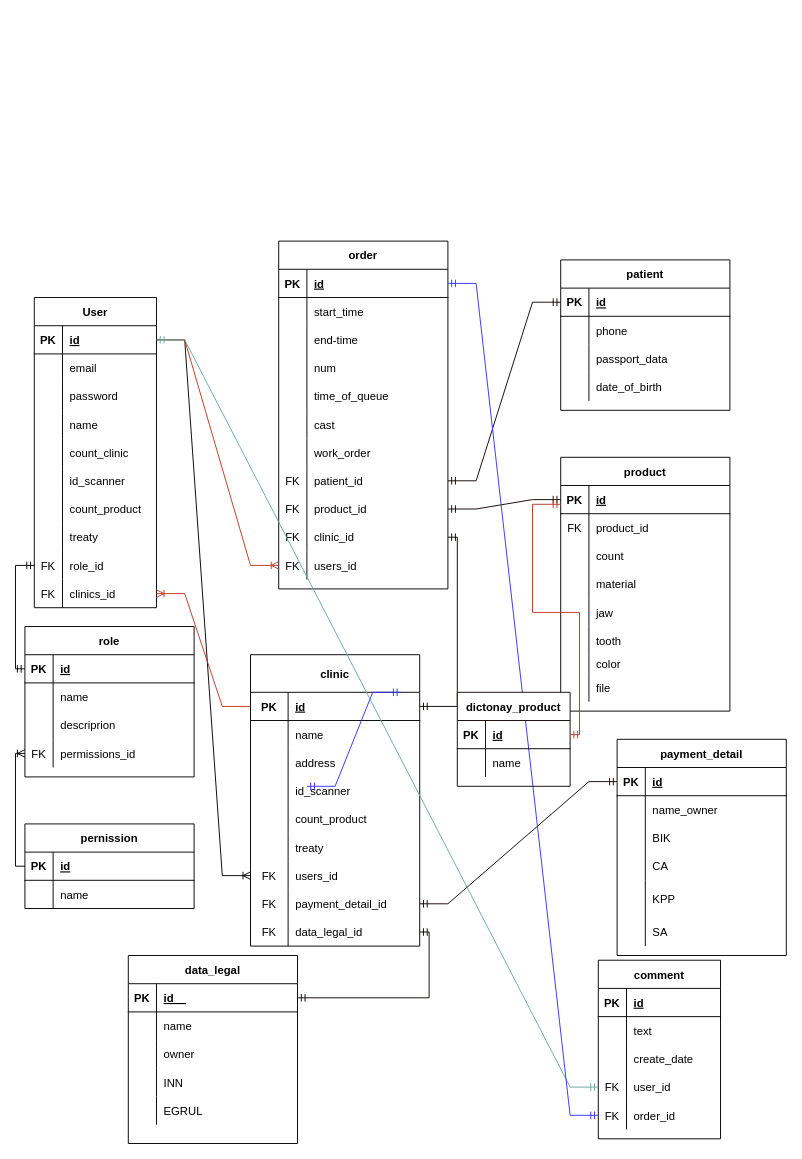
Before: Untitled Diagram.drawio in matveyakulov/TestTasks, a draw.io diagram. Source tidied: cells renumbered, new cells numbered last; positions are measured from the earlier drawing's top-left corner, leaving out a move shared by most shapes. Both pictures are drawn from the tidied source at 94%, with x=0, y=0 at pixel (24, 241).
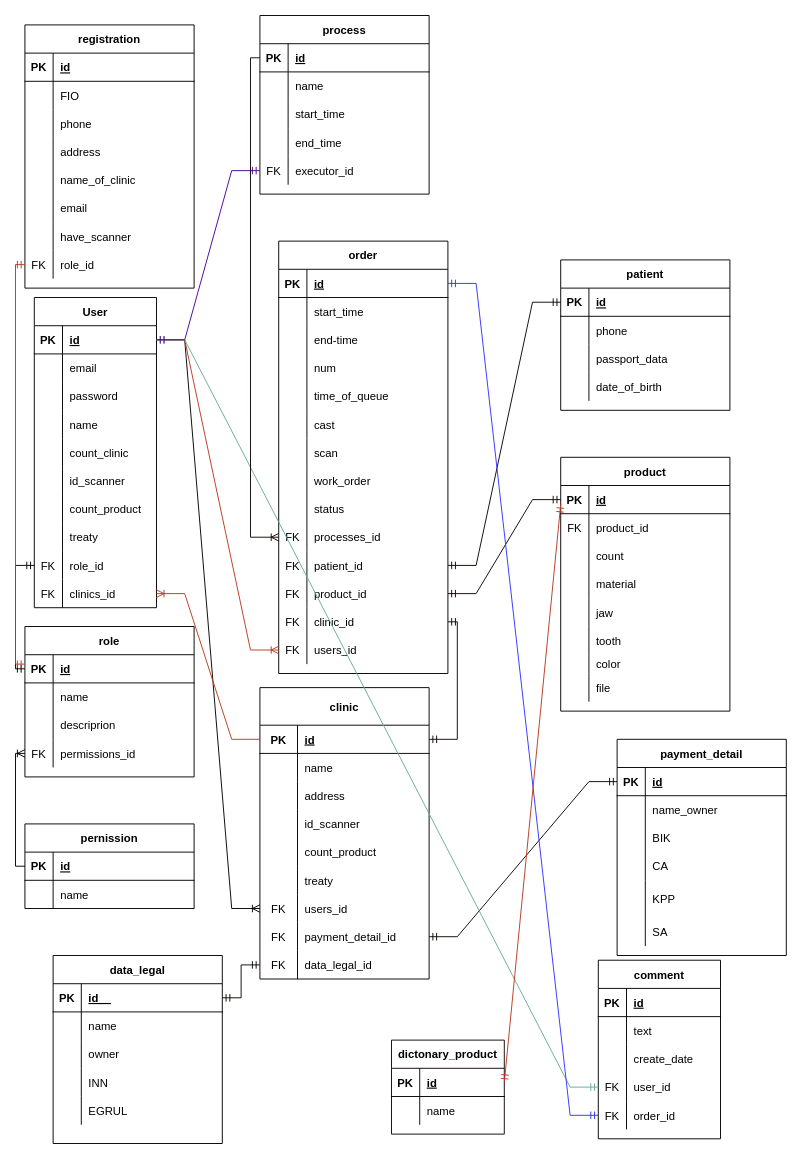
The same diagram, later.

Unchanged cells that the change refers to:
```xml
<mxCell id="3" style="shape=tableRow;horizontal=0;startSize=0;swimlaneHead=0;swimlaneBody=0;fillColor=none;points=[[0,0.5],[1,0.5]];portConstraint=eastwest;top=0;left=0;right=0;bottom=1;" parent="2" vertex="1">
  <mxGeometry y="30" width="130" height="30" as="geometry" />
</mxCell>
<mxCell id="33" value="role" style="shape=table;startSize=30;childLayout=tableLayout;rowLines=0;fontStyle=1;align=center;" parent="1" vertex="1">
  <mxGeometry y="410" width="180" height="160" as="geometry" />
</mxCell>
<mxCell id="79" style="shape=tableRow;horizontal=0;startSize=0;swimlaneHead=0;swimlaneBody=0;fillColor=none;points=[[0,0.5],[1,0.5]];portConstraint=eastwest;top=0;left=0;right=0;bottom=0;" parent="54" vertex="1">
  <mxGeometry y="280" width="180" height="30" as="geometry" />
</mxCell>
<mxCell id="105" style="shape=tableRow;horizontal=0;startSize=0;swimlaneHead=0;swimlaneBody=0;fillColor=none;points=[[0,0.5],[1,0.5]];portConstraint=eastwest;top=0;left=0;right=0;bottom=1;" parent="104" vertex="1">
  <mxGeometry y="30" width="180" height="30" as="geometry" />
</mxCell>
<mxCell id="217" style="shape=tableRow;horizontal=0;startSize=0;swimlaneHead=0;swimlaneBody=0;fillColor=none;points=[[0,0.5],[1,0.5]];portConstraint=eastwest;top=0;left=0;right=0;bottom=1;" parent="216" vertex="1">
  <mxGeometry y="30" width="120" height="30" as="geometry" />
</mxCell>
```

The edit, as a diff of the source:
```diff
@@
     <mxCell id="54" value="clinic" style="shape=table;startSize=40;childLayout=tableLayout;rowLines=0;fontStyle=1;align=center;" parent="1" vertex="1">
-      <mxGeometry x="240" y="440" width="180" height="310" as="geometry" />
+      <mxGeometry x="250" y="475" width="180" height="310" as="geometry" />
     </mxCell>
@@
     <mxCell id="104" value="data_legal" style="shape=table;startSize=30;childLayout=tableLayout;rowLines=0;fontStyle=1;align=center;" parent="1" vertex="1">
-      <mxGeometry x="110" y="760" width="180" height="200" as="geometry" />
+      <mxGeometry x="30" y="760" width="180" height="200" as="geometry" />
     </mxCell>
@@
-    <mxCell id="121" style="edgeStyle=orthogonalEdgeStyle;fontSize=12;html=1;endArrow=ERmandOne;startArrow=ERmandOne;rounded=0;strokeColor=#0F0503;exitX=1;exitY=0.5;exitDx=0;exitDy=0;entryX=1;entryY=0.5;entryDx=0;entryDy=0;" parent="1" edge="1" source="105" target="79">
+    <mxCell id="121" style="edgeStyle=orthogonalEdgeStyle;fontSize=12;html=1;endArrow=ERmandOne;startArrow=ERmandOne;rounded=0;strokeColor=#0F0503;exitX=1;exitY=0.5;exitDx=0;exitDy=0;entryX=0;entryY=0.5;entryDx=0;entryDy=0;" parent="1" edge="1" source="105" target="79">
       <mxGeometry relative="1" as="geometry" />
     </mxCell>
     <mxCell id="122" value="order" style="shape=table;startSize=30;childLayout=tableLayout;rowLines=0;fontStyle=1;align=center;" parent="1" vertex="1">
-      <mxGeometry x="270" width="180" height="370" as="geometry" />
+      <mxGeometry x="270" width="180" height="460" as="geometry" />
     </mxCell>
@@
+    <mxCell id="225" style="shape=tableRow;horizontal=0;startSize=0;swimlaneHead=0;swimlaneBody=0;fillColor=none;top=0;left=0;right=0;bottom=0;" parent="122" vertex="1">
+      <mxGeometry y="210" width="180" height="30" as="geometry" />
+    </mxCell>
+    <mxCell id="226" style="shape=partialRectangle;fillColor=none;top=0;left=0;bottom=0;right=0;overflow=hidden;" parent="225" vertex="1">
+      <mxGeometry width="30" height="30" as="geometry" />
+    </mxCell>
+    <mxCell id="227" value="scan" style="shape=partialRectangle;fillColor=none;top=0;left=0;bottom=0;right=0;align=left;spacingLeft=6;overflow=hidden;" parent="225" vertex="1">
+      <mxGeometry x="30" width="150" height="30" as="geometry" />
+    </mxCell>
     <mxCell id="141" style="shape=tableRow;horizontal=0;startSize=0;swimlaneHead=0;swimlaneBody=0;fillColor=none;top=0;left=0;right=0;bottom=0;" parent="122" vertex="1">
-      <mxGeometry y="210" width="180" height="30" as="geometry" />
+      <mxGeometry y="240" width="180" height="30" as="geometry" />
     </mxCell>
@@
+    <mxCell id="228" style="shape=tableRow;horizontal=0;startSize=0;swimlaneHead=0;swimlaneBody=0;fillColor=none;top=0;left=0;right=0;bottom=0;" parent="122" vertex="1">
+      <mxGeometry y="270" width="180" height="30" as="geometry" />
+    </mxCell>
+    <mxCell id="229" style="shape=partialRectangle;fillColor=none;top=0;left=0;bottom=0;right=0;overflow=hidden;" parent="228" vertex="1">
+      <mxGeometry width="30" height="30" as="geometry" />
+    </mxCell>
+    <mxCell id="230" value="status" style="shape=partialRectangle;fillColor=none;top=0;left=0;bottom=0;right=0;align=left;spacingLeft=6;overflow=hidden;" parent="228" vertex="1">
+      <mxGeometry x="30" width="150" height="30" as="geometry" />
+    </mxCell>
+    <mxCell id="231" style="shape=tableRow;horizontal=0;startSize=0;swimlaneHead=0;swimlaneBody=0;fillColor=none;points=[[0,0.5],[1,0.5]];portConstraint=eastwest;top=0;left=0;right=0;bottom=0;" parent="122" vertex="1">
+      <mxGeometry y="300" width="180" height="30" as="geometry" />
+    </mxCell>
+    <mxCell id="232" value="FK" style="shape=partialRectangle;fillColor=none;top=0;left=0;bottom=0;right=0;overflow=hidden;" parent="231" vertex="1">
+      <mxGeometry width="30" height="30" as="geometry" />
+    </mxCell>
+    <mxCell id="233" value="processes_id" style="shape=partialRectangle;fillColor=none;top=0;left=0;bottom=0;right=0;align=left;spacingLeft=6;overflow=hidden;" parent="231" vertex="1">
+      <mxGeometry x="30" width="150" height="30" as="geometry" />
+    </mxCell>
     <mxCell id="144" style="shape=tableRow;horizontal=0;startSize=0;swimlaneHead=0;swimlaneBody=0;fillColor=none;points=[[0,0.5],[1,0.5]];portConstraint=eastwest;top=0;left=0;right=0;bottom=0;" parent="122" vertex="1">
-      <mxGeometry y="240" width="180" height="30" as="geometry" />
+      <mxGeometry y="330" width="180" height="30" as="geometry" />
     </mxCell>
@@
     <mxCell id="147" style="shape=tableRow;horizontal=0;startSize=0;swimlaneHead=0;swimlaneBody=0;fillColor=none;points=[[0,0.5],[1,0.5]];portConstraint=eastwest;top=0;left=0;right=0;bottom=0;" parent="122" vertex="1">
-      <mxGeometry y="270" width="180" height="30" as="geometry" />
+      <mxGeometry y="360" width="180" height="30" as="geometry" />
     </mxCell>
@@
     <mxCell id="150" style="shape=tableRow;horizontal=0;startSize=0;swimlaneHead=0;swimlaneBody=0;fillColor=none;points=[[0,0.5],[1,0.5]];portConstraint=eastwest;top=0;left=0;right=0;bottom=0;" parent="122" vertex="1">
-      <mxGeometry y="300" width="180" height="30" as="geometry" />
+      <mxGeometry y="390" width="180" height="30" as="geometry" />
     </mxCell>
@@
     <mxCell id="153" style="shape=tableRow;horizontal=0;startSize=0;swimlaneHead=0;swimlaneBody=0;fillColor=none;points=[[0,0.5],[1,0.5]];portConstraint=eastwest;top=0;left=0;right=0;bottom=0;" parent="122" vertex="1">
-      <mxGeometry y="330" width="180" height="30" as="geometry" />
+      <mxGeometry y="420" width="180" height="30" as="geometry" />
     </mxCell>
@@
-    <mxCell id="216" value="dictonay_product" style="shape=table;startSize=30;childLayout=tableLayout;rowLines=0;fontStyle=1;align=center;strokeColor=#0F0503;" parent="1" vertex="1">
-      <mxGeometry x="460" y="480" width="120" height="100" as="geometry" />
+    <mxCell id="216" value="dictonary_product" style="shape=table;startSize=30;childLayout=tableLayout;rowLines=0;fontStyle=1;align=center;strokeColor=#0F0503;" parent="1" vertex="1">
+      <mxGeometry x="390" y="850" width="120" height="100" as="geometry" />
     </mxCell>
@@
-    <mxCell id="223" style="edgeStyle=entityRelationEdgeStyle;fontSize=12;html=1;endArrow=ERmandOne;startArrow=ERmandOne;rounded=0;strokeColor=#3333FF;" parent="1" edge="1">
-      <mxGeometry relative="1" as="geometry">
-        <mxPoint x="300" y="580" as="sourcePoint" />
-        <mxPoint x="400" y="480" as="targetPoint" />
-      </mxGeometry>
-    </mxCell>
-    <mxCell id="224" style="edgeStyle=orthogonalEdgeStyle;fontSize=12;html=1;endArrow=ERmandOne;startArrow=ERmandOne;rounded=0;strokeColor=#B83A21;exitX=1;exitY=0.5;exitDx=0;exitDy=0;" parent="1" edge="1" source="217">
+    <mxCell id="224" style="fontSize=12;html=1;endArrow=ERmandOne;startArrow=ERmandOne;rounded=0;strokeColor=#B83A21;exitX=1;exitY=0.5;exitDx=0;exitDy=0;" parent="1" edge="1" source="217">
       <mxGeometry relative="1" as="geometry">
         <mxPoint x="570" y="280" as="targetPoint" />
-        <Array as="points">
-          <mxPoint x="590" y="525" />
-          <mxPoint x="590" y="395" />
-          <mxPoint x="540" y="395" />
-          <mxPoint x="540" y="280" />
-        </Array>
       </mxGeometry>
     </mxCell>
+    <mxCell id="234" value="registration" style="shape=table;startSize=30;childLayout=tableLayout;rowLines=0;fontStyle=1;align=center;" parent="1" vertex="1">
+      <mxGeometry y="-230" width="180" height="280" as="geometry" />
+    </mxCell>
+    <mxCell id="235" style="shape=tableRow;horizontal=0;startSize=0;swimlaneHead=0;swimlaneBody=0;fillColor=none;top=0;left=0;right=0;bottom=1;" parent="234" vertex="1">
+      <mxGeometry y="30" width="180" height="30" as="geometry" />
+    </mxCell>
+    <mxCell id="236" value="PK" style="shape=partialRectangle;fillColor=none;top=0;left=0;bottom=0;right=0;fontStyle=1;overflow=hidden;" parent="235" vertex="1">
+      <mxGeometry width="30" height="30" as="geometry" />
+    </mxCell>
+    <mxCell id="237" value="id" style="shape=partialRectangle;fillColor=none;top=0;left=0;bottom=0;right=0;align=left;spacingLeft=6;fontStyle=5;overflow=hidden;" parent="235" vertex="1">
+      <mxGeometry x="30" width="150" height="30" as="geometry" />
+    </mxCell>
+    <mxCell id="238" style="shape=tableRow;horizontal=0;startSize=0;swimlaneHead=0;swimlaneBody=0;fillColor=none;top=0;left=0;right=0;bottom=0;" parent="234" vertex="1">
+      <mxGeometry y="60" width="180" height="30" as="geometry" />
+    </mxCell>
+    <mxCell id="239" style="shape=partialRectangle;fillColor=none;top=0;left=0;bottom=0;right=0;overflow=hidden;" parent="238" vertex="1">
+      <mxGeometry width="30" height="30" as="geometry" />
+    </mxCell>
+    <mxCell id="240" value="FIO" style="shape=partialRectangle;fillColor=none;top=0;left=0;bottom=0;right=0;align=left;spacingLeft=6;overflow=hidden;" parent="238" vertex="1">
+      <mxGeometry x="30" width="150" height="30" as="geometry" />
+    </mxCell>
+    <mxCell id="241" style="shape=tableRow;horizontal=0;startSize=0;swimlaneHead=0;swimlaneBody=0;fillColor=none;top=0;left=0;right=0;bottom=0;" parent="234" vertex="1">
+      <mxGeometry y="90" width="180" height="30" as="geometry" />
+    </mxCell>
+    <mxCell id="242" style="shape=partialRectangle;fillColor=none;top=0;left=0;bottom=0;right=0;overflow=hidden;" parent="241" vertex="1">
+      <mxGeometry width="30" height="30" as="geometry" />
+    </mxCell>
+    <mxCell id="243" value="phone" style="shape=partialRectangle;fillColor=none;top=0;left=0;bottom=0;right=0;align=left;spacingLeft=6;overflow=hidden;" parent="241" vertex="1">
+      <mxGeometry x="30" width="150" height="30" as="geometry" />
+    </mxCell>
+    <mxCell id="244" style="shape=tableRow;horizontal=0;startSize=0;swimlaneHead=0;swimlaneBody=0;fillColor=none;top=0;left=0;right=0;bottom=0;" parent="234" vertex="1">
+      <mxGeometry y="120" width="180" height="30" as="geometry" />
+    </mxCell>
+    <mxCell id="245" style="shape=partialRectangle;fillColor=none;top=0;left=0;bottom=0;right=0;overflow=hidden;" parent="244" vertex="1">
+      <mxGeometry width="30" height="30" as="geometry" />
+    </mxCell>
+    <mxCell id="246" value="address" style="shape=partialRectangle;fillColor=none;top=0;left=0;bottom=0;right=0;align=left;spacingLeft=6;overflow=hidden;" parent="244" vertex="1">
+      <mxGeometry x="30" width="150" height="30" as="geometry" />
+    </mxCell>
+    <mxCell id="247" style="shape=tableRow;horizontal=0;startSize=0;swimlaneHead=0;swimlaneBody=0;fillColor=none;top=0;left=0;right=0;bottom=0;" parent="234" vertex="1">
+      <mxGeometry y="150" width="180" height="30" as="geometry" />
+    </mxCell>
+    <mxCell id="248" style="shape=partialRectangle;fillColor=none;top=0;left=0;bottom=0;right=0;overflow=hidden;" parent="247" vertex="1">
+      <mxGeometry width="30" height="30" as="geometry" />
+    </mxCell>
+    <mxCell id="249" value="name_of_clinic" style="shape=partialRectangle;fillColor=none;top=0;left=0;bottom=0;right=0;align=left;spacingLeft=6;overflow=hidden;" parent="247" vertex="1">
+      <mxGeometry x="30" width="150" height="30" as="geometry" />
+    </mxCell>
+    <mxCell id="250" style="shape=tableRow;horizontal=0;startSize=0;swimlaneHead=0;swimlaneBody=0;fillColor=none;top=0;left=0;right=0;bottom=0;" parent="234" vertex="1">
+      <mxGeometry y="180" width="180" height="30" as="geometry" />
+    </mxCell>
+    <mxCell id="251" style="shape=partialRectangle;fillColor=none;top=0;left=0;bottom=0;right=0;overflow=hidden;" parent="250" vertex="1">
+      <mxGeometry width="30" height="30" as="geometry" />
+    </mxCell>
+    <mxCell id="252" value="email" style="shape=partialRectangle;fillColor=none;top=0;left=0;bottom=0;right=0;align=left;spacingLeft=6;overflow=hidden;" parent="250" vertex="1">
+      <mxGeometry x="30" width="150" height="30" as="geometry" />
+    </mxCell>
+    <mxCell id="253" style="shape=tableRow;horizontal=0;startSize=0;swimlaneHead=0;swimlaneBody=0;fillColor=none;top=0;left=0;right=0;bottom=0;" parent="234" vertex="1">
+      <mxGeometry y="210" width="180" height="30" as="geometry" />
+    </mxCell>
+    <mxCell id="254" style="shape=partialRectangle;fillColor=none;top=0;left=0;bottom=0;right=0;overflow=hidden;" parent="253" vertex="1">
+      <mxGeometry width="30" height="30" as="geometry" />
+    </mxCell>
+    <mxCell id="255" value="have_scanner" style="shape=partialRectangle;fillColor=none;top=0;left=0;bottom=0;right=0;align=left;spacingLeft=6;overflow=hidden;" parent="253" vertex="1">
+      <mxGeometry x="30" width="150" height="30" as="geometry" />
+    </mxCell>
+    <mxCell id="256" style="shape=tableRow;horizontal=0;startSize=0;swimlaneHead=0;swimlaneBody=0;fillColor=none;points=[[0,0.5],[1,0.5]];portConstraint=eastwest;top=0;left=0;right=0;bottom=0;" parent="234" vertex="1">
+      <mxGeometry y="240" width="180" height="30" as="geometry" />
+    </mxCell>
+    <mxCell id="257" value="FK" style="shape=partialRectangle;fillColor=none;top=0;left=0;bottom=0;right=0;overflow=hidden;" parent="256" vertex="1">
+      <mxGeometry width="30" height="30" as="geometry" />
+    </mxCell>
+    <mxCell id="258" value="role_id" style="shape=partialRectangle;fillColor=none;top=0;left=0;bottom=0;right=0;align=left;spacingLeft=6;overflow=hidden;" parent="256" vertex="1">
+      <mxGeometry x="30" width="150" height="30" as="geometry" />
+    </mxCell>
+    <mxCell id="259" style="edgeStyle=orthogonalEdgeStyle;fontSize=12;html=1;endArrow=ERmandOne;startArrow=ERmandOne;rounded=0;exitX=0;exitY=0.5;exitDx=0;exitDy=0;entryX=0;entryY=0.25;entryDx=0;entryDy=0;strokeColor=#B83A21;" parent="1" edge="1" source="256" target="33">
+      <mxGeometry relative="1" as="geometry" />
+    </mxCell>
+    <mxCell id="260" value="process" style="shape=table;startSize=30;childLayout=tableLayout;rowLines=0;fontStyle=1;align=center;" parent="1" vertex="1">
+      <mxGeometry x="250" y="-240" width="180" height="190" as="geometry" />
+    </mxCell>
+    <mxCell id="261" style="shape=tableRow;horizontal=0;startSize=0;swimlaneHead=0;swimlaneBody=0;fillColor=none;points=[[0,0.5],[1,0.5]];portConstraint=eastwest;top=0;left=0;right=0;bottom=1;" parent="260" vertex="1">
+      <mxGeometry y="30" width="180" height="30" as="geometry" />
+    </mxCell>
+    <mxCell id="262" value="PK" style="shape=partialRectangle;fillColor=none;top=0;left=0;bottom=0;right=0;fontStyle=1;overflow=hidden;" parent="261" vertex="1">
+      <mxGeometry width="30" height="30" as="geometry" />
+    </mxCell>
+    <mxCell id="263" value="id" style="shape=partialRectangle;fillColor=none;top=0;left=0;bottom=0;right=0;align=left;spacingLeft=6;fontStyle=5;overflow=hidden;" parent="261" vertex="1">
+      <mxGeometry x="30" width="150" height="30" as="geometry" />
+    </mxCell>
+    <mxCell id="264" style="shape=tableRow;horizontal=0;startSize=0;swimlaneHead=0;swimlaneBody=0;fillColor=none;top=0;left=0;right=0;bottom=0;" parent="260" vertex="1">
+      <mxGeometry y="60" width="180" height="30" as="geometry" />
+    </mxCell>
+    <mxCell id="265" style="shape=partialRectangle;fillColor=none;top=0;left=0;bottom=0;right=0;overflow=hidden;" parent="264" vertex="1">
+      <mxGeometry width="30" height="30" as="geometry" />
+    </mxCell>
+    <mxCell id="266" value="name" style="shape=partialRectangle;fillColor=none;top=0;left=0;bottom=0;right=0;align=left;spacingLeft=6;overflow=hidden;" parent="264" vertex="1">
+      <mxGeometry x="30" width="150" height="30" as="geometry" />
+    </mxCell>
+    <mxCell id="267" style="shape=tableRow;horizontal=0;startSize=0;swimlaneHead=0;swimlaneBody=0;fillColor=none;top=0;left=0;right=0;bottom=0;" parent="260" vertex="1">
+      <mxGeometry y="90" width="180" height="30" as="geometry" />
+    </mxCell>
+    <mxCell id="268" style="shape=partialRectangle;fillColor=none;top=0;left=0;bottom=0;right=0;overflow=hidden;" parent="267" vertex="1">
+      <mxGeometry width="30" height="30" as="geometry" />
+    </mxCell>
+    <mxCell id="269" value="start_time" style="shape=partialRectangle;fillColor=none;top=0;left=0;bottom=0;right=0;align=left;spacingLeft=6;overflow=hidden;" parent="267" vertex="1">
+      <mxGeometry x="30" width="150" height="30" as="geometry" />
+    </mxCell>
+    <mxCell id="270" style="shape=tableRow;horizontal=0;startSize=0;swimlaneHead=0;swimlaneBody=0;fillColor=none;top=0;left=0;right=0;bottom=0;" parent="260" vertex="1">
+      <mxGeometry y="120" width="180" height="30" as="geometry" />
+    </mxCell>
+    <mxCell id="271" style="shape=partialRectangle;fillColor=none;top=0;left=0;bottom=0;right=0;overflow=hidden;" parent="270" vertex="1">
+      <mxGeometry width="30" height="30" as="geometry" />
+    </mxCell>
+    <mxCell id="272" value="end_time" style="shape=partialRectangle;fillColor=none;top=0;left=0;bottom=0;right=0;align=left;spacingLeft=6;overflow=hidden;" parent="270" vertex="1">
+      <mxGeometry x="30" width="150" height="30" as="geometry" />
+    </mxCell>
+    <mxCell id="273" style="shape=tableRow;horizontal=0;startSize=0;swimlaneHead=0;swimlaneBody=0;fillColor=none;points=[[0,0.5],[1,0.5]];portConstraint=eastwest;top=0;left=0;right=0;bottom=0;" parent="260" vertex="1">
+      <mxGeometry y="150" width="180" height="30" as="geometry" />
+    </mxCell>
+    <mxCell id="274" value="FK" style="shape=partialRectangle;fillColor=none;top=0;left=0;bottom=0;right=0;overflow=hidden;" parent="273" vertex="1">
+      <mxGeometry width="30" height="30" as="geometry" />
+    </mxCell>
+    <mxCell id="275" value="executor_id" style="shape=partialRectangle;fillColor=none;top=0;left=0;bottom=0;right=0;align=left;spacingLeft=6;overflow=hidden;" parent="273" vertex="1">
+      <mxGeometry x="30" width="150" height="30" as="geometry" />
+    </mxCell>
+    <mxCell id="276" style="edgeStyle=entityRelationEdgeStyle;fontSize=12;html=1;endArrow=ERmandOne;startArrow=ERmandOne;rounded=0;strokeColor=#4C0099;exitX=1;exitY=0.5;exitDx=0;exitDy=0;entryX=0;entryY=0.5;entryDx=0;entryDy=0;" parent="1" edge="1" source="3" target="273">
+      <mxGeometry relative="1" as="geometry" />
+    </mxCell>
+    <mxCell id="277" style="edgeStyle=orthogonalEdgeStyle;fontSize=12;html=1;endArrow=ERoneToMany;rounded=0;strokeColor=#0F0503;entryX=0;entryY=0.5;entryDx=0;entryDy=0;exitX=0;exitY=0.5;exitDx=0;exitDy=0;" parent="1" edge="1" source="261" target="231">
+      <mxGeometry relative="1" as="geometry" />
+    </mxCell>
```
